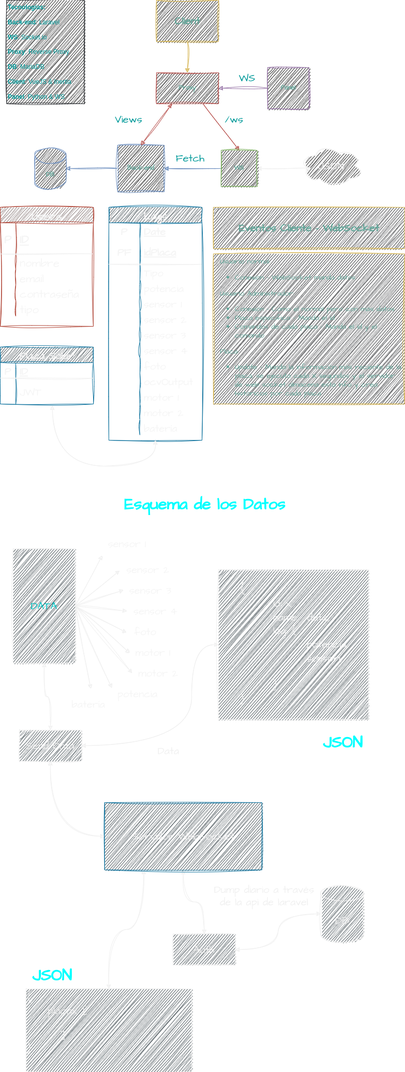
Above: Architecture.png in Mikegdro/SolarPanelApp (draw.io), before the change. Source tidied: cells renumbered, new cells last; positions are measured from the earlier drawing's top-left corner, leaving out a move shared by most shapes.
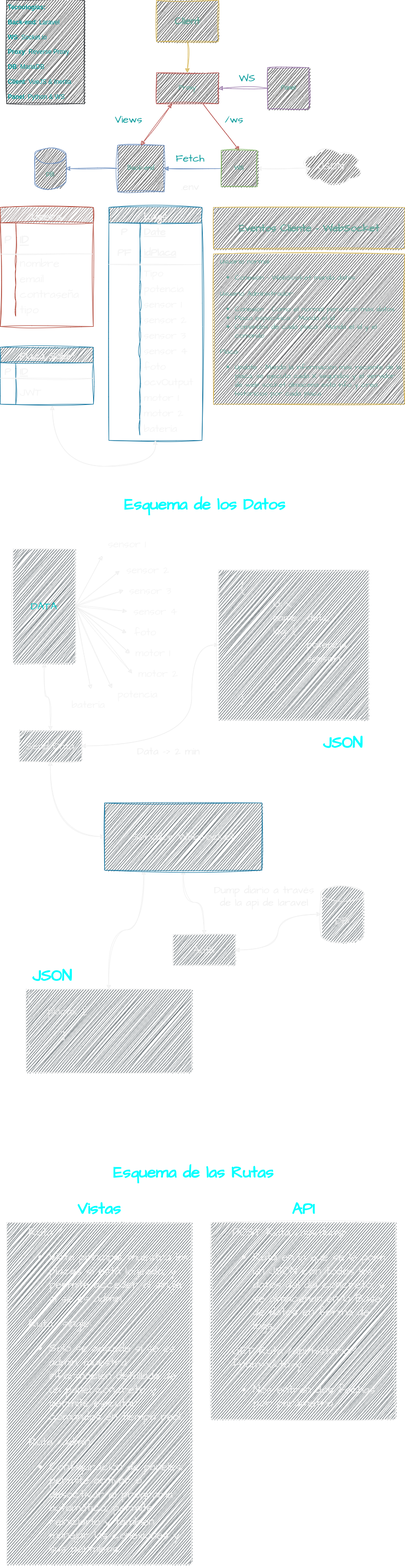
Later version of the same file.

Change to the diagram source:
```diff
@@ -379,8 +379,8 @@
     <mxCell id="120" value="Send Data" style="rounded=0;whiteSpace=wrap;html=1;sketch=1;hachureGap=4;jiggle=2;curveFitting=1;fontFamily=Architects Daughter;fontSource=https%3A%2F%2Ffonts.googleapis.com%2Fcss%3Ffamily%3DArchitects%2BDaughter;fontSize=20;fillColor=#333F45;" parent="1" vertex="1">
       <mxGeometry x="37" y="1410" width="120" height="60" as="geometry" />
     </mxCell>
-    <mxCell id="121" value="Data" style="text;html=1;align=center;verticalAlign=middle;strokeColor=none;fillColor=none;fontSize=20;fontFamily=Architects Daughter;" parent="1" vertex="1">
-      <mxGeometry x="295" y="1430" width="60" height="40" as="geometry" />
+    <mxCell id="121" value="Data -&amp;gt; 2 min" style="text;html=1;align=center;verticalAlign=middle;strokeColor=none;fillColor=none;fontSize=20;fontFamily=Architects Daughter;" parent="1" vertex="1">
+      <mxGeometry x="255" y="1430" width="140" height="40" as="geometry" />
     </mxCell>
     <mxCell id="122" value="JSON" style="text;html=1;align=center;verticalAlign=middle;strokeColor=none;fillColor=none;fontSize=31;fontFamily=Architects Daughter;fontColor=#00FFFF;fontStyle=1;" parent="1" vertex="1">
       <mxGeometry x="50" y="1860" width="100" height="50" as="geometry" />
@@ -388,5 +388,23 @@
     <mxCell id="123" value="{&lt;br&gt;&lt;blockquote style=&quot;margin: 0 0 0 40px; border: none; padding: 0px;&quot;&gt;placax: [&lt;/blockquote&gt;&lt;span style=&quot;white-space: pre;&quot;&gt;&#9;&lt;/span&gt;&lt;span style=&quot;white-space: pre;&quot;&gt;&#9;&lt;/span&gt;&lt;br&gt;&lt;span style=&quot;white-space: pre;&quot;&gt;&#9;&lt;/span&gt;]&lt;br&gt;}" style="rounded=0;whiteSpace=wrap;html=1;sketch=1;hachureGap=4;jiggle=2;curveFitting=1;fontFamily=Architects Daughter;fontSource=https%3A%2F%2Ffonts.googleapis.com%2Fcss%3Ffamily%3DArchitects%2BDaughter;fontSize=20;verticalAlign=top;align=left;fillColor=#333F45;" parent="1" vertex="1">
       <mxGeometry x="50" y="1910" width="320" height="160" as="geometry" />
     </mxCell>
+    <mxCell id="124" value="Esquema de las Rutas" style="text;html=1;align=center;verticalAlign=middle;strokeColor=none;fillColor=none;fontSize=31;fontFamily=Architects Daughter;fontColor=#00FFFF;fontStyle=1;" parent="1" vertex="1">
+      <mxGeometry x="207.5" y="2240" width="330" height="50" as="geometry" />
+    </mxCell>
+    <mxCell id="125" value="Vistas" style="text;html=1;align=center;verticalAlign=middle;strokeColor=none;fillColor=none;fontSize=31;fontFamily=Architects Daughter;fontColor=#00FFFF;fontStyle=1;" parent="1" vertex="1">
+      <mxGeometry x="136.2" y="2310" width="110" height="50" as="geometry" />
+    </mxCell>
+    <mxCell id="126" value="API" style="text;html=1;align=center;verticalAlign=middle;strokeColor=none;fillColor=none;fontSize=31;fontFamily=Architects Daughter;fontColor=#00FFFF;fontStyle=1;" parent="1" vertex="1">
+      <mxGeometry x="550.8" y="2310" width="70" height="50" as="geometry" />
+    </mxCell>
+    <mxCell id="127" value="&lt;blockquote style=&quot;margin: 0 0 0 40px; border: none; padding: 0px;&quot;&gt;&lt;span style=&quot;background-color: initial;&quot;&gt;Ruta /:&lt;/span&gt;&lt;br&gt;&lt;/blockquote&gt;&lt;blockquote style=&quot;margin: 0 0 0 40px; border: none; padding: 0px;&quot;&gt;&lt;ul&gt;&lt;li&gt;Vista principal, muestra las placas si está logeado, y permite acceder al single si se es admin.&lt;/li&gt;&lt;/ul&gt;&lt;div&gt;Ruta /single:&lt;/div&gt;&lt;div&gt;&lt;ul&gt;&lt;li&gt;Solo se accede si se es admin, muestra información detallada de un panel concreto y permite ejecutar comandos en tiempo real.&lt;/li&gt;&lt;/ul&gt;&lt;div&gt;Ruta /admin:&lt;/div&gt;&lt;/div&gt;&lt;div&gt;&lt;ul&gt;&lt;li&gt;Configuración de paneles, permite activar o desactivar el programa automático, permite reiniciarlo y tambíen manejar las conexiones y sus permisos.&lt;/li&gt;&lt;/ul&gt;&lt;/div&gt;&lt;/blockquote&gt;" style="rounded=0;whiteSpace=wrap;html=1;sketch=1;hachureGap=4;jiggle=2;curveFitting=1;strokeColor=default;fontFamily=Architects Daughter;fontSource=https%3A%2F%2Ffonts.googleapis.com%2Fcss%3Ffamily%3DArchitects%2BDaughter;fontSize=22;fontColor=#F5F5F5;fillColor=#333F45;align=left;verticalAlign=top;" parent="1" vertex="1">
+      <mxGeometry x="12.5" y="2360" width="357.5" height="660" as="geometry" />
+    </mxCell>
+    <mxCell id="128" value="&lt;blockquote style=&quot;margin: 0 0 0 40px; border: none; padding: 0px;&quot;&gt;&lt;span style=&quot;background-color: initial;&quot;&gt;POST Ruta /api/dump:&lt;/span&gt;&lt;br&gt;&lt;/blockquote&gt;&lt;blockquote style=&quot;margin: 0 0 0 40px; border: none; padding: 0px;&quot;&gt;&lt;div&gt;&lt;ul&gt;&lt;li&gt;Ruta en la que se le pasa un JSON con todos los datos del día concreto, y se almacenan en la Base de datos en forma de logs..&lt;/li&gt;&lt;/ul&gt;&lt;div&gt;GET Ruta /api/historic?from=x&amp;amp;to=y:&lt;/div&gt;&lt;/div&gt;&lt;div&gt;&lt;ul&gt;&lt;li&gt;Nos entran dos fechas por parámetro&lt;/li&gt;&lt;/ul&gt;&lt;/div&gt;&lt;/blockquote&gt;" style="rounded=0;whiteSpace=wrap;html=1;sketch=1;hachureGap=4;jiggle=2;curveFitting=1;strokeColor=default;fontFamily=Architects Daughter;fontSource=https%3A%2F%2Ffonts.googleapis.com%2Fcss%3Ffamily%3DArchitects%2BDaughter;fontSize=22;fontColor=#F5F5F5;fillColor=#333F45;align=left;verticalAlign=top;" parent="1" vertex="1">
+      <mxGeometry x="407" y="2360" width="357.5" height="380" as="geometry" />
+    </mxCell>
+    <mxCell id="129" value=".env" style="text;html=1;align=center;verticalAlign=middle;strokeColor=none;fillColor=none;fontSize=20;fontFamily=Architects Daughter;" parent="1" vertex="1">
+      <mxGeometry x="337" y="340" width="60" height="40" as="geometry" />
+    </mxCell>
   </root>
 </mxGraphModel>
```
